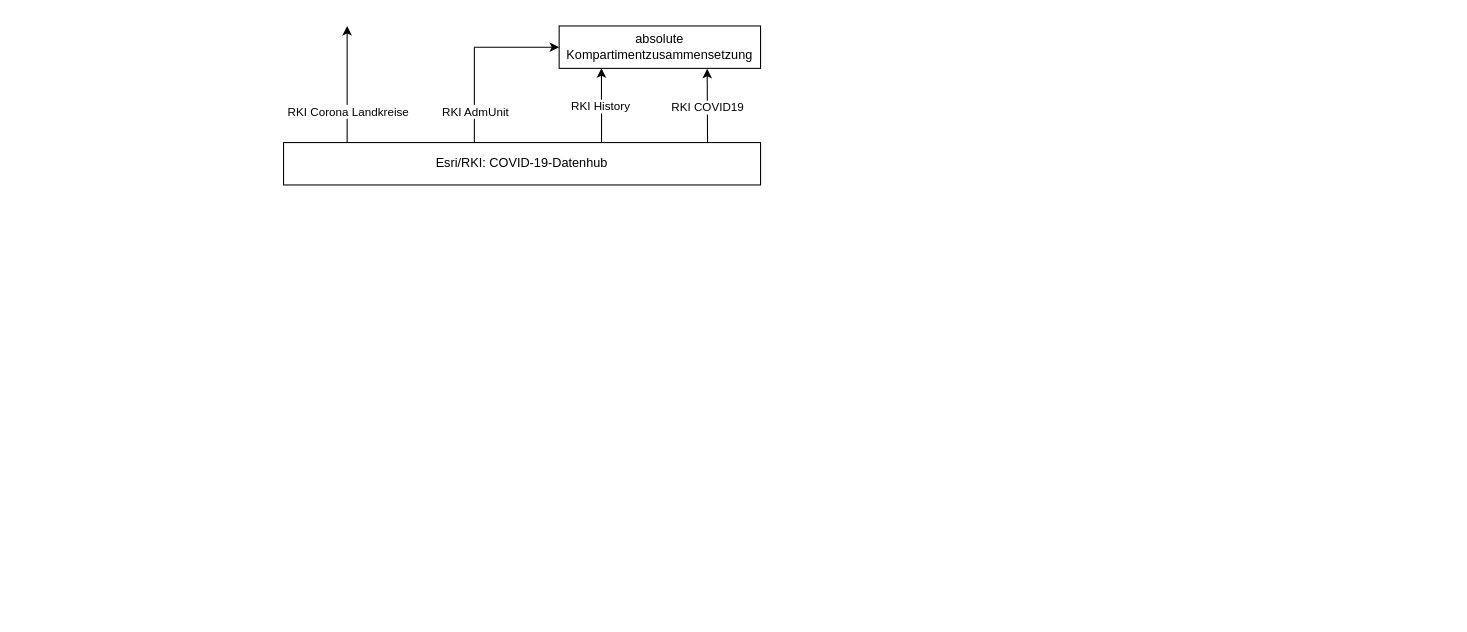
Before: Media/Flowchart.drawio in torbensun/Modeling-Of-Epidemics-With-Compartmental-And-Network-Models, a draw.io diagram. Source tidied: cells renumbered, new cells numbered last; positions are measured from the earlier drawing's top-left corner, leaving out a move shared by most shapes. Both pictures are drawn from the tidied source at 106%, with x=0, y=0 at pixel (283, 25).
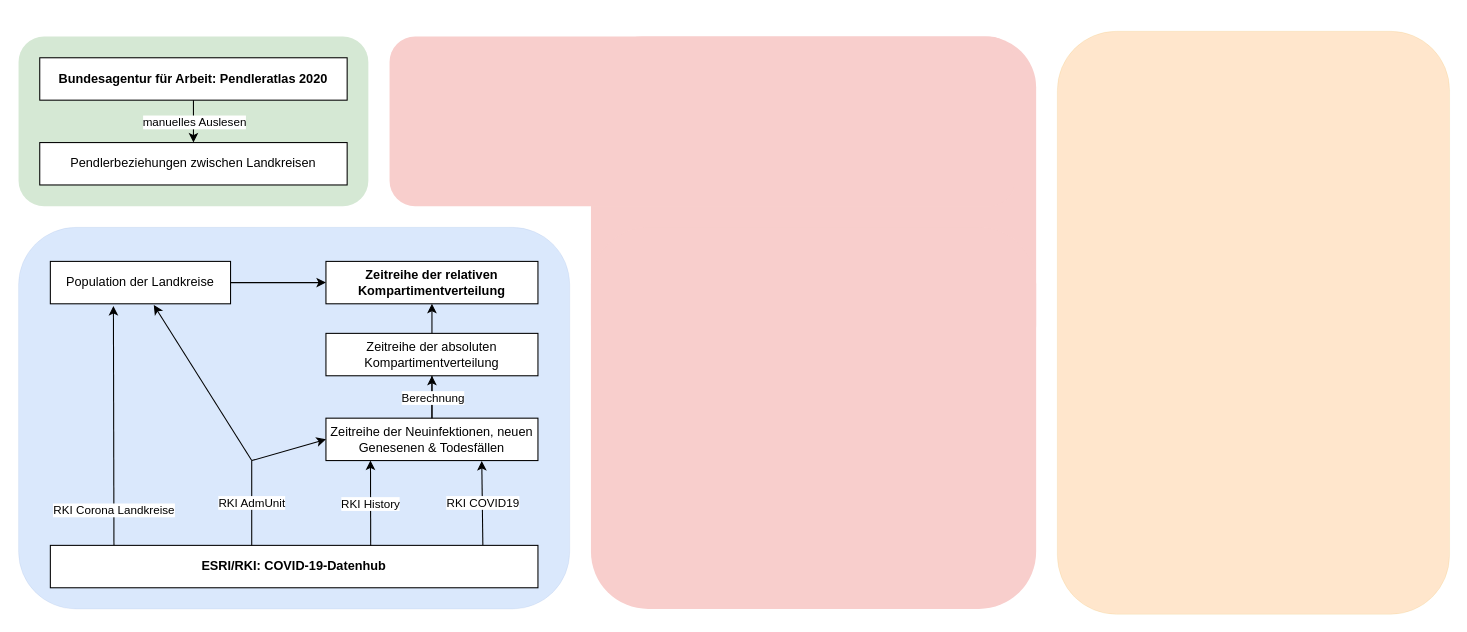
The same diagram, later.

What changed in the source:
```diff
@@
+    <mxCell id="13" style="rounded=1;whiteSpace=wrap;html=1;strokeWidth=0;fillColor=#dae8fc;strokeColor=#6c8ebf;" parent="1" vertex="1">
+      <mxGeometry x="-250" y="190" width="520" height="360" as="geometry" />
+    </mxCell>
-    <mxCell id="2" style="endArrow=classic;html=1;" parent="1" edge="1">
+    <mxCell id="2" style="endArrow=classic;html=1;entryX=0.35;entryY=1.051;entryDx=0;entryDy=0;entryPerimeter=0;" parent="1" edge="1" target="17">
       <mxGeometry relative="1" as="geometry">
-        <mxPoint x="60" y="110" as="sourcePoint" />
-        <mxPoint x="60" as="targetPoint" />
+        <mxPoint x="-160" y="490" as="sourcePoint" />
       </mxGeometry>
     </mxCell>
     <mxCell id="3" value="RKI Corona Landkreise" style="edgeLabel;html=1;align=center;verticalAlign=middle;" parent="2" vertex="1">
       <mxGeometry relative="1" as="geometry">
-        <mxPoint y="25" as="offset" />
+        <mxPoint y="79" as="offset" />
       </mxGeometry>
     </mxCell>
-    <mxCell id="4" value="Esri/RKI: COVID-19-Datenhub" style="rounded=0;whiteSpace=wrap;html=1;" parent="1" vertex="1">
-      <mxGeometry y="110" width="450" height="40" as="geometry" />
+    <mxCell id="4" value="&lt;b&gt;ESRI/RKI: COVID-19-Datenhub&lt;/b&gt;" style="rounded=0;whiteSpace=wrap;html=1;" parent="1" vertex="1">
+      <mxGeometry x="-220" y="490" width="460" height="40" as="geometry" />
     </mxCell>
-    <mxCell id="5" style="endArrow=classic;html=1;entryX=0.21;entryY=0.997;entryDx=0;entryDy=0;entryPerimeter=0;" parent="1" edge="1" target="11">
-      <mxGeometry relative="1" as="geometry">
-        <mxPoint x="300" y="110" as="sourcePoint" />
-      </mxGeometry>
+    <mxCell id="5" style="endArrow=classic;html=1;entryX=0.21;entryY=0.997;entryDx=0;entryDy=0;entryPerimeter=0;exitX=0.657;exitY=0.006;exitDx=0;exitDy=0;exitPerimeter=0;" parent="1" edge="1" source="4" target="11">
+      <mxGeometry relative="1" as="geometry" />
     </mxCell>
@@
-    <mxCell id="7" style="endArrow=classic;html=1;entryX=0.735;entryY=1.01;entryDx=0;entryDy=0;entryPerimeter=0;" parent="1" edge="1" target="11">
-      <mxGeometry relative="1" as="geometry">
-        <mxPoint x="400" y="110" as="sourcePoint" />
-      </mxGeometry>
+    <mxCell id="7" style="endArrow=classic;html=1;entryX=0.735;entryY=1.01;entryDx=0;entryDy=0;entryPerimeter=0;exitX=0.887;exitY=-0.01;exitDx=0;exitDy=0;exitPerimeter=0;" parent="1" edge="1" source="4" target="11">
+      <mxGeometry relative="1" as="geometry" />
     </mxCell>
     <mxCell id="8" value="RKI COVID19" style="edgeLabel;html=1;align=center;verticalAlign=middle;" parent="7" vertex="1">
-      <mxGeometry relative="1" as="geometry">
-        <mxPoint y="1" as="offset" />
-      </mxGeometry>
+      <mxGeometry relative="1" as="geometry" />
     </mxCell>
-    <mxCell id="9" style="endArrow=none;html=1;exitX=0.4;exitY=0;exitDx=0;exitDy=0;exitPerimeter=0;endFill=0;" parent="1" edge="1" source="4">
+    <mxCell id="9" style="endArrow=none;html=1;exitX=0.413;exitY=-0.005;exitDx=0;exitDy=0;exitPerimeter=0;endFill=0;" parent="1" edge="1" source="4">
       <mxGeometry relative="1" as="geometry">
-        <mxPoint x="180" y="20" as="targetPoint" />
+        <mxPoint x="-30" y="410" as="targetPoint" />
       </mxGeometry>
     </mxCell>
     <mxCell id="10" value="RKI AdmUnit" style="edgeLabel;html=1;align=center;verticalAlign=middle;" parent="9" vertex="1">
-      <mxGeometry relative="1" as="geometry">
-        <mxPoint y="15" as="offset" />
-      </mxGeometry>
+      <mxGeometry relative="1" as="geometry" />
     </mxCell>
-    <mxCell id="11" value="absolute Kompartimentzusammensetzung" style="rounded=0;whiteSpace=wrap;html=1;" parent="1" vertex="1">
-      <mxGeometry x="260" width="190" height="40" as="geometry" />
+    <mxCell id="11" value="Zeitreihe der Neuinfektionen, neuen Genesenen &amp;amp; Todesfällen" style="rounded=0;whiteSpace=wrap;html=1;" parent="1" vertex="1">
+      <mxGeometry x="40" y="370" width="200" height="40" as="geometry" />
     </mxCell>
-    <mxCell id="12" style="endArrow=classic;html=1;" parent="1" edge="1" target="11">
+    <mxCell id="12" style="endArrow=classic;html=1;entryX=0;entryY=0.5;entryDx=0;entryDy=0;" parent="1" edge="1" target="11">
       <mxGeometry relative="1" as="geometry">
-        <mxPoint x="180" y="20" as="sourcePoint" />
+        <mxPoint x="-30" y="410" as="sourcePoint" />
       </mxGeometry>
     </mxCell>
+    <mxCell id="14" style="edgeStyle=orthogonalEdgeStyle;rounded=1;jumpStyle=none;jettySize=auto;html=1;endArrow=none;endFill=0;" parent="1" edge="1" source="15" target="11">
+      <mxGeometry relative="1" as="geometry" />
+    </mxCell>
+    <mxCell id="15" value="Zeitreihe der absoluten Kompartimentverteilung" style="rounded=0;whiteSpace=wrap;html=1;" parent="1" vertex="1">
+      <mxGeometry x="40" y="290" width="200" height="40" as="geometry" />
+    </mxCell>
+    <mxCell id="16" value="&lt;b&gt;Zeitreihe der relativen Kompartimentverteilung&lt;/b&gt;" style="rounded=0;whiteSpace=wrap;html=1;" parent="1" vertex="1">
+      <mxGeometry x="40" y="222.1" width="200" height="40" as="geometry" />
+    </mxCell>
+    <mxCell id="17" value="Population der Landkreise" style="rounded=0;whiteSpace=wrap;html=1;" parent="1" vertex="1">
+      <mxGeometry x="-220" y="222.1" width="170" height="40" as="geometry" />
+    </mxCell>
+    <mxCell id="18" style="endArrow=classic;html=1;exitX=0.5;exitY=0;exitDx=0;exitDy=0;entryX=0.5;entryY=1;entryDx=0;entryDy=0;" parent="1" edge="1" source="15" target="16">
+      <mxGeometry relative="1" as="geometry" />
+    </mxCell>
+    <mxCell id="19" style="endArrow=classic;html=1;entryX=0.574;entryY=1.03;entryDx=0;entryDy=0;entryPerimeter=0;" parent="1" edge="1" target="17">
+      <mxGeometry relative="1" as="geometry">
+        <mxPoint x="-30" y="410" as="sourcePoint" />
+      </mxGeometry>
+    </mxCell>
+    <mxCell id="20" style="endArrow=classic;html=1;exitX=0.5;exitY=0;exitDx=0;exitDy=0;" parent="1" edge="1" source="11">
+      <mxGeometry relative="1" as="geometry">
+        <mxPoint x="140" y="330" as="targetPoint" />
+      </mxGeometry>
+    </mxCell>
+    <mxCell id="21" value="Berechnung" style="edgeLabel;html=1;align=center;verticalAlign=middle;" parent="20" vertex="1">
+      <mxGeometry relative="1" as="geometry" />
+    </mxCell>
+    <mxCell id="22" style="endArrow=classic;html=1;exitX=1;exitY=0.5;exitDx=0;exitDy=0;entryX=0;entryY=0.5;entryDx=0;entryDy=0;" parent="1" edge="1" source="17" target="16">
+      <mxGeometry relative="1" as="geometry" />
+    </mxCell>
+    <mxCell id="23" style="rounded=1;whiteSpace=wrap;html=1;strokeWidth=0;fillColor=#d5e8d4;strokeColor=none;" parent="1" vertex="1">
+      <mxGeometry x="-250" y="10" width="330" height="160" as="geometry" />
+    </mxCell>
+    <mxCell id="24" style="rounded=1;whiteSpace=wrap;html=1;strokeWidth=0;fillColor=#f8cecc;strokeColor=none;" parent="1" vertex="1">
+      <mxGeometry x="290" y="10" width="420" height="320" as="geometry" />
+    </mxCell>
+    <mxCell id="25" style="rounded=1;whiteSpace=wrap;html=1;strokeWidth=0;fillColor=#f8cecc;strokeColor=none;" parent="1" vertex="1">
+      <mxGeometry x="100" y="10" width="590" height="160" as="geometry" />
+    </mxCell>
+    <mxCell id="26" style="rounded=1;whiteSpace=wrap;html=1;strokeWidth=0;fillColor=#ffe6cc;strokeColor=#d79b00;" parent="1" vertex="1">
+      <mxGeometry x="730" y="5" width="370" height="550" as="geometry" />
+    </mxCell>
+    <mxCell id="27" value="&lt;b&gt;Bundesagentur für Arbeit: Pendleratlas 2020&lt;/b&gt;" style="rounded=0;whiteSpace=wrap;html=1;" parent="1" vertex="1">
+      <mxGeometry x="-230" y="30" width="290" height="40" as="geometry" />
+    </mxCell>
+    <mxCell id="28" value="Pendlerbeziehungen zwischen Landkreisen" style="rounded=0;whiteSpace=wrap;html=1;" parent="1" vertex="1">
+      <mxGeometry x="-230" y="110" width="290" height="40" as="geometry" />
+    </mxCell>
+    <mxCell id="29" style="endArrow=classic;html=1;exitX=0.5;exitY=1;exitDx=0;exitDy=0;entryX=0.5;entryY=0;entryDx=0;entryDy=0;" parent="1" edge="1" source="27" target="28">
+      <mxGeometry relative="1" as="geometry" />
+    </mxCell>
+    <mxCell id="30" value="manuelles Auslesen" style="edgeLabel;html=1;align=center;verticalAlign=middle;" parent="29" vertex="1">
+      <mxGeometry relative="1" as="geometry" />
+    </mxCell>
+    <mxCell id="31" style="rounded=1;whiteSpace=wrap;html=1;strokeWidth=0;fillColor=#f8cecc;strokeColor=none;" parent="1" vertex="1">
+      <mxGeometry x="290" y="190" width="420" height="360" as="geometry" />
+    </mxCell>
```
